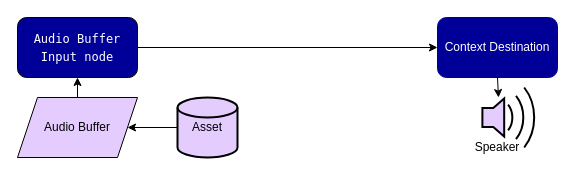
Earlier version of the draw.io diagram tau_rust/example/lib/MozillaEx/audio_context_states/MozillaEx_AudioContextStates_graph.drawio (Canardoux/tau.sav). Source tidied: cells renumbered, new cells numbered last; positions are measured from the earlier drawing's top-left corner, leaving out a move shared by most shapes. Both pictures are drawn from the tidied source at 100%, with x=0, y=0 at pixel (17, 17).
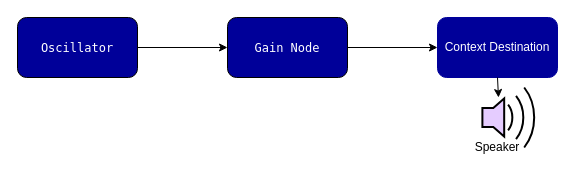
The same page after the edit.

Diff of the diagram source:
```diff
@@
 <mxGraphModel>
   <root>
     <mxCell id="0" />
     <mxCell id="1" parent="0" />
-    <mxCell id="2" value="&lt;div style=&quot;font-family: Menlo, Monaco, &amp;quot;Courier New&amp;quot;, monospace; line-height: 18px; white-space: pre;&quot;&gt;&lt;font style=&quot;background-color: rgb(0, 0, 153);&quot; color=&quot;#ffffff&quot;&gt;Audio Buffer&lt;/font&gt;&lt;/div&gt;&lt;div style=&quot;font-family: Menlo, Monaco, &amp;quot;Courier New&amp;quot;, monospace; line-height: 18px; white-space: pre;&quot;&gt;&lt;font style=&quot;background-color: rgb(0, 0, 153);&quot; color=&quot;#ffffff&quot;&gt;Input node&lt;/font&gt;&lt;/div&gt;" style="rounded=1;whiteSpace=wrap;html=1;fillColor=#000099;" parent="1" vertex="1">
+    <mxCell id="2" value="&lt;div style=&quot;font-family: Menlo, Monaco, &amp;quot;Courier New&amp;quot;, monospace; line-height: 18px; white-space: pre;&quot;&gt;&lt;font color=&quot;#ffffff&quot;&gt;&lt;span style=&quot;background-color: rgb(0, 0, 153);&quot;&gt;Oscillator&lt;/span&gt;&lt;/font&gt;&lt;/div&gt;" style="rounded=1;whiteSpace=wrap;html=1;fillColor=#000099;" parent="1" vertex="1">
       <mxGeometry width="120" height="60" as="geometry" />
     </mxCell>
     <mxCell id="3" value="&lt;span style=&quot;background-color: rgb(0, 0, 153);&quot;&gt;&lt;font color=&quot;#ffffff&quot;&gt;Context Destination&lt;/font&gt;&lt;/span&gt;" style="rounded=1;whiteSpace=wrap;html=1;fillColor=#000099;strokeColor=#000099;" parent="1" vertex="1">
       <mxGeometry x="420" width="120" height="60" as="geometry" />
     </mxCell>
-    <mxCell id="4" style="endArrow=classic;html=1;rounded=0;exitX=1;exitY=0.5;exitDx=0;exitDy=0;entryX=0;entryY=0.5;entryDx=0;entryDy=0;" parent="1" edge="1" source="2" target="3">
-      <mxGeometry relative="1" as="geometry" />
-    </mxCell>
-    <mxCell id="5" value="&lt;span style=&quot;background-color: rgb(229, 204, 255);&quot;&gt;Asset&lt;/span&gt;" style="strokeWidth=2;html=1;shape=mxgraph.flowchart.database;whiteSpace=wrap;fillColor=#E5CCFF;" parent="1" vertex="1">
-      <mxGeometry x="160" y="80" width="60" height="60" as="geometry" />
-    </mxCell>
-    <mxCell id="6" style="endArrow=classic;html=1;rounded=0;entryX=0.5;entryY=1;entryDx=0;entryDy=0;" parent="1" edge="1" target="2">
-      <mxGeometry relative="1" as="geometry">
-        <mxPoint x="60" y="80" as="sourcePoint" />
-      </mxGeometry>
-    </mxCell>
     <mxCell id="7" style="html=1;verticalLabelPosition=bottom;align=center;labelBackgroundColor=#ffffff;verticalAlign=top;strokeWidth=2;strokeColor=#000000;shadow=0;dashed=0;shape=mxgraph.ios7.icons.volume_2;fillColor=#E5CCFF;" parent="1" vertex="1">
       <mxGeometry x="464.9" y="70" width="55.1" height="60" as="geometry" />
     </mxCell>
     <mxCell id="8" style="endArrow=classic;html=1;rounded=0;exitX=0.5;exitY=1;exitDx=0;exitDy=0;" parent="1" edge="1" source="3">
       <mxGeometry relative="1" as="geometry">
         <mxPoint x="481" y="80" as="targetPoint" />
       </mxGeometry>
     </mxCell>
     <mxCell id="9" value="Speaker" style="text;html=1;align=center;verticalAlign=middle;whiteSpace=wrap;rounded=0;" parent="1" vertex="1">
       <mxGeometry x="450" y="120" width="60" height="20" as="geometry" />
     </mxCell>
-    <mxCell id="10" value="Audio Buffer" style="shape=parallelogram;perimeter=parallelogramPerimeter;whiteSpace=wrap;html=1;fixedSize=1;fillColor=#E5CCFF;" parent="1" vertex="1">
-      <mxGeometry y="80" width="120" height="60" as="geometry" />
-    </mxCell>
-    <mxCell id="11" style="endArrow=classic;html=1;rounded=0;exitX=0;exitY=0.5;exitDx=0;exitDy=0;exitPerimeter=0;entryX=1;entryY=0.5;entryDx=0;entryDy=0;" parent="1" edge="1" source="5" target="10">
-      <mxGeometry relative="1" as="geometry" />
-    </mxCell>
+    <mxCell id="12" value="&lt;div style=&quot;font-family: Menlo, Monaco, &amp;quot;Courier New&amp;quot;, monospace; line-height: 18px; white-space: pre;&quot;&gt;&lt;font color=&quot;#ffffff&quot;&gt;&lt;span style=&quot;background-color: rgb(0, 0, 153);&quot;&gt;Gain Node&lt;/span&gt;&lt;/font&gt;&lt;/div&gt;" style="rounded=1;whiteSpace=wrap;html=1;fillColor=#000099;" parent="1" vertex="1">
+      <mxGeometry x="210" width="120" height="60" as="geometry" />
+    </mxCell>
+    <mxCell id="13" style="endArrow=classic;html=1;rounded=0;exitX=1;exitY=0.5;exitDx=0;exitDy=0;entryX=0;entryY=0.5;entryDx=0;entryDy=0;" parent="1" edge="1" source="2" target="12">
+      <mxGeometry relative="1" as="geometry" />
+    </mxCell>
+    <mxCell id="14" style="endArrow=classic;html=1;rounded=0;exitX=1;exitY=0.5;exitDx=0;exitDy=0;entryX=0;entryY=0.5;entryDx=0;entryDy=0;" parent="1" edge="1" source="12" target="3">
+      <mxGeometry relative="1" as="geometry" />
+    </mxCell>
   </root>
 </mxGraphModel>
```
